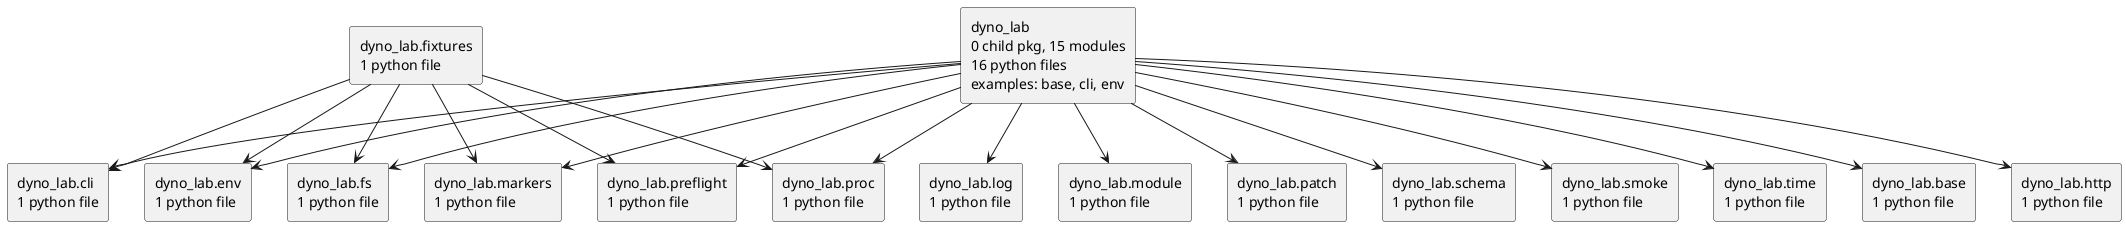
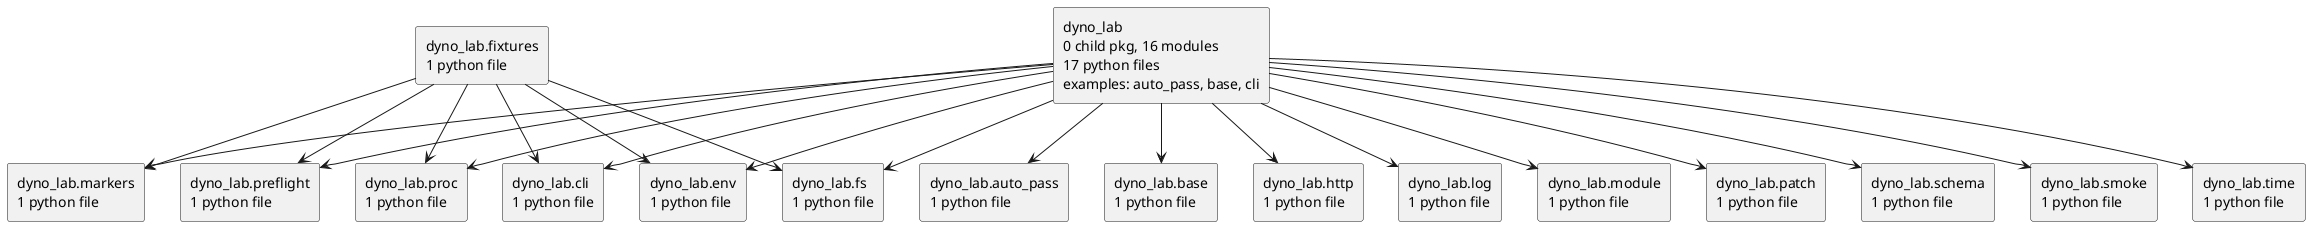
@startuml packages_dyno-lab
set namespaceSeparator none
top to bottom direction
skinparam componentStyle rectangle
- rectangle "dyno_lab\n0 child pkg, 15 modules\n16 python files\nexamples: base, cli, env" as dyno_lab
+ rectangle "dyno_lab\n0 child pkg, 16 modules\n17 python files\nexamples: auto_pass, base, cli" as dyno_lab
+ rectangle "dyno_lab.auto_pass\n1 python file" as dyno_lab.auto_pass
rectangle "dyno_lab.base\n1 python file" as dyno_lab.base
rectangle "dyno_lab.cli\n1 python file" as dyno_lab.cli
rectangle "dyno_lab.env\n1 python file" as dyno_lab.env
rectangle "dyno_lab.fixtures\n1 python file" as dyno_lab.fixtures
rectangle "dyno_lab.fs\n1 python file" as dyno_lab.fs
rectangle "dyno_lab.http\n1 python file" as dyno_lab.http
rectangle "dyno_lab.log\n1 python file" as dyno_lab.log
rectangle "dyno_lab.markers\n1 python file" as dyno_lab.markers
rectangle "dyno_lab.module\n1 python file" as dyno_lab.module
rectangle "dyno_lab.patch\n1 python file" as dyno_lab.patch
rectangle "dyno_lab.preflight\n1 python file" as dyno_lab.preflight
rectangle "dyno_lab.proc\n1 python file" as dyno_lab.proc
rectangle "dyno_lab.schema\n1 python file" as dyno_lab.schema
rectangle "dyno_lab.smoke\n1 python file" as dyno_lab.smoke
rectangle "dyno_lab.time\n1 python file" as dyno_lab.time
+ dyno_lab --> dyno_lab.auto_pass
dyno_lab --> dyno_lab.base
dyno_lab --> dyno_lab.cli
dyno_lab --> dyno_lab.env
dyno_lab --> dyno_lab.fs
dyno_lab --> dyno_lab.http
dyno_lab --> dyno_lab.log
dyno_lab --> dyno_lab.markers
dyno_lab --> dyno_lab.module
dyno_lab --> dyno_lab.patch
dyno_lab --> dyno_lab.preflight
dyno_lab --> dyno_lab.proc
dyno_lab --> dyno_lab.schema
dyno_lab --> dyno_lab.smoke
dyno_lab --> dyno_lab.time
dyno_lab.fixtures --> dyno_lab.cli
dyno_lab.fixtures --> dyno_lab.env
dyno_lab.fixtures --> dyno_lab.fs
dyno_lab.fixtures --> dyno_lab.markers
dyno_lab.fixtures --> dyno_lab.preflight
dyno_lab.fixtures --> dyno_lab.proc
@enduml
